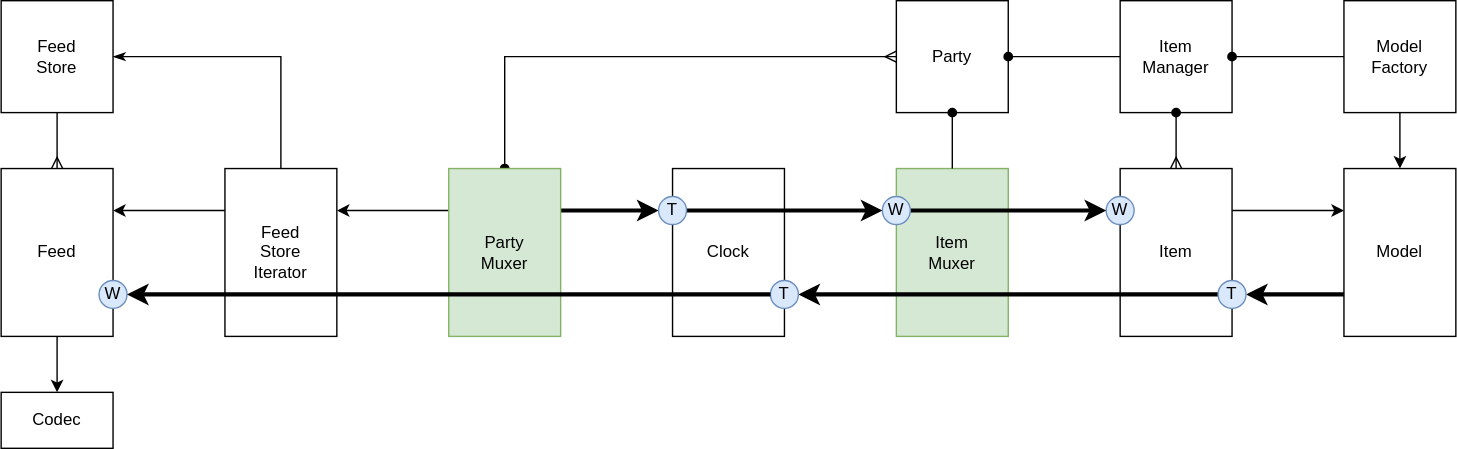
Earlier version of the draw.io export docs/content/diagrams/sreams.svg (dxos/dxos). Source tidied: cells renumbered, new cells last; positions are measured from the earlier drawing's top-left corner, leaving out a move shared by most shapes. The source it was exported from:
```xml
<mxGraphModel>
  <root>
    <mxCell id="0" />
    <mxCell id="1" parent="0" />
    <mxCell id="2" style="edgeStyle=orthogonalEdgeStyle;rounded=0;jettySize=auto;html=1;exitX=0.5;exitY=1;exitDx=0;exitDy=0;startArrow=none;startFill=0;endArrow=classic;endFill=1;strokeWidth=1;" parent="1" edge="1" source="3" target="38">
      <mxGeometry relative="1" as="geometry" />
    </mxCell>
    <mxCell id="3" value="Feed" style="rounded=0;whiteSpace=wrap;html=1;" parent="1" vertex="1">
      <mxGeometry y="120" width="80" height="120" as="geometry" />
    </mxCell>
    <mxCell id="4" style="edgeStyle=orthogonalEdgeStyle;rounded=0;jettySize=auto;html=1;exitX=0;exitY=0.25;exitDx=0;exitDy=0;entryX=1;entryY=0.25;entryDx=0;entryDy=0;" parent="1" edge="1" source="7" target="26">
      <mxGeometry relative="1" as="geometry" />
    </mxCell>
    <mxCell id="5" style="edgeStyle=orthogonalEdgeStyle;rounded=0;jettySize=auto;html=1;exitX=1;exitY=0.25;exitDx=0;exitDy=0;strokeWidth=3;" parent="1" edge="1" source="7" target="31">
      <mxGeometry relative="1" as="geometry" />
    </mxCell>
    <mxCell id="6" style="edgeStyle=orthogonalEdgeStyle;rounded=0;jettySize=auto;html=1;exitX=0.5;exitY=0;exitDx=0;exitDy=0;entryX=0;entryY=0.5;entryDx=0;entryDy=0;startArrow=oval;startFill=1;endArrow=ERmany;endFill=0;" parent="1" edge="1" source="7" target="21">
      <mxGeometry relative="1" as="geometry" />
    </mxCell>
    <mxCell id="7" value="Party&lt;br&gt;Muxer" style="rounded=0;whiteSpace=wrap;html=1;fillColor=#d5e8d4;strokeColor=#82b366;" parent="1" vertex="1">
      <mxGeometry x="320" y="120" width="80" height="120" as="geometry" />
    </mxCell>
    <mxCell id="8" value="Item&lt;br&gt;Muxer" style="rounded=0;whiteSpace=wrap;html=1;fillColor=#d5e8d4;strokeColor=#82b366;" parent="1" vertex="1">
      <mxGeometry x="640" y="120" width="80" height="120" as="geometry" />
    </mxCell>
    <mxCell id="9" style="edgeStyle=orthogonalEdgeStyle;rounded=0;jettySize=auto;html=1;exitX=1;exitY=0.25;exitDx=0;exitDy=0;entryX=0;entryY=0.25;entryDx=0;entryDy=0;" parent="1" edge="1" source="10" target="12">
      <mxGeometry relative="1" as="geometry" />
    </mxCell>
    <mxCell id="10" value="Item" style="rounded=0;whiteSpace=wrap;html=1;" parent="1" vertex="1">
      <mxGeometry x="800" y="120" width="80" height="120" as="geometry" />
    </mxCell>
    <mxCell id="11" style="edgeStyle=orthogonalEdgeStyle;rounded=0;jettySize=auto;html=1;exitX=0;exitY=0.75;exitDx=0;exitDy=0;entryX=1;entryY=0.5;entryDx=0;entryDy=0;strokeWidth=3;" parent="1" edge="1" source="12" target="15">
      <mxGeometry relative="1" as="geometry" />
    </mxCell>
    <mxCell id="12" value="Model" style="rounded=0;whiteSpace=wrap;html=1;" parent="1" vertex="1">
      <mxGeometry x="960" y="120" width="80" height="120" as="geometry" />
    </mxCell>
    <mxCell id="13" value="W" style="ellipse;whiteSpace=wrap;html=1;fillColor=#dae8fc;strokeColor=#6c8ebf;" parent="1" vertex="1">
      <mxGeometry x="70" y="200" width="20" height="20" as="geometry" />
    </mxCell>
    <mxCell id="14" style="edgeStyle=orthogonalEdgeStyle;rounded=0;jettySize=auto;html=1;exitX=0;exitY=0.5;exitDx=0;exitDy=0;entryX=1;entryY=0.5;entryDx=0;entryDy=0;strokeWidth=3;" parent="1" edge="1" source="15" target="29">
      <mxGeometry relative="1" as="geometry" />
    </mxCell>
    <mxCell id="15" value="T" style="ellipse;whiteSpace=wrap;html=1;fillColor=#dae8fc;strokeColor=#6c8ebf;" parent="1" vertex="1">
      <mxGeometry x="870" y="200" width="20" height="20" as="geometry" />
    </mxCell>
    <mxCell id="16" value="W" style="ellipse;whiteSpace=wrap;html=1;fillColor=#dae8fc;strokeColor=#6c8ebf;" parent="1" vertex="1">
      <mxGeometry x="790" y="140" width="20" height="20" as="geometry" />
    </mxCell>
    <mxCell id="17" style="edgeStyle=orthogonalEdgeStyle;rounded=0;jettySize=auto;html=1;exitX=1;exitY=0.5;exitDx=0;exitDy=0;entryX=0;entryY=0.5;entryDx=0;entryDy=0;strokeWidth=3;" parent="1" edge="1" source="18" target="16">
      <mxGeometry relative="1" as="geometry" />
    </mxCell>
    <mxCell id="18" value="W" style="ellipse;whiteSpace=wrap;html=1;fillColor=#dae8fc;strokeColor=#6c8ebf;" parent="1" vertex="1">
      <mxGeometry x="630" y="140" width="20" height="20" as="geometry" />
    </mxCell>
    <mxCell id="19" value="Item&lt;br&gt;Manager" style="rounded=0;whiteSpace=wrap;html=1;" parent="1" vertex="1">
      <mxGeometry x="800" width="80" height="80" as="geometry" />
    </mxCell>
    <mxCell id="20" style="edgeStyle=orthogonalEdgeStyle;rounded=0;orthogonalLoop=1;jettySize=auto;html=1;exitX=0.5;exitY=1;exitDx=0;exitDy=0;" parent="1" edge="1" source="19" target="19">
      <mxGeometry relative="1" as="geometry" />
    </mxCell>
    <mxCell id="21" value="Party" style="rounded=0;whiteSpace=wrap;html=1;" parent="1" vertex="1">
      <mxGeometry x="640" width="80" height="80" as="geometry" />
    </mxCell>
    <mxCell id="22" style="edgeStyle=orthogonalEdgeStyle;rounded=0;jettySize=auto;html=1;exitX=0.5;exitY=1;exitDx=0;exitDy=0;entryX=0.5;entryY=0;entryDx=0;entryDy=0;endArrow=ERmany;endFill=0;" parent="1" edge="1" source="23" target="3">
      <mxGeometry relative="1" as="geometry" />
    </mxCell>
    <mxCell id="23" value="Feed&lt;br&gt;Store" style="rounded=0;whiteSpace=wrap;html=1;" parent="1" vertex="1">
      <mxGeometry width="80" height="80" as="geometry" />
    </mxCell>
    <mxCell id="24" style="edgeStyle=orthogonalEdgeStyle;rounded=0;jettySize=auto;html=1;exitX=0.5;exitY=0;exitDx=0;exitDy=0;entryX=1;entryY=0.5;entryDx=0;entryDy=0;endArrow=classicThin;endFill=1;" parent="1" edge="1" source="26" target="23">
      <mxGeometry relative="1" as="geometry" />
    </mxCell>
    <mxCell id="25" style="edgeStyle=orthogonalEdgeStyle;rounded=0;jettySize=auto;html=1;exitX=0;exitY=0.25;exitDx=0;exitDy=0;entryX=1;entryY=0.25;entryDx=0;entryDy=0;startArrow=none;startFill=0;endArrow=classic;endFill=1;strokeWidth=1;" parent="1" edge="1" source="26" target="3">
      <mxGeometry relative="1" as="geometry" />
    </mxCell>
    <mxCell id="26" value="Feed&lt;br&gt;Store&lt;br&gt;Iterator" style="rounded=0;whiteSpace=wrap;html=1;" parent="1" vertex="1">
      <mxGeometry x="160" y="120" width="80" height="120" as="geometry" />
    </mxCell>
    <mxCell id="27" style="edgeStyle=orthogonalEdgeStyle;rounded=0;jettySize=auto;html=1;exitX=1;exitY=0.5;exitDx=0;exitDy=0;endArrow=none;endFill=0;startArrow=oval;startFill=1;" parent="1" edge="1" source="21" target="19">
      <mxGeometry relative="1" as="geometry" />
    </mxCell>
    <mxCell id="28" value="Clock" style="rounded=0;whiteSpace=wrap;html=1;" parent="1" vertex="1">
      <mxGeometry x="480" y="120" width="80" height="120" as="geometry" />
    </mxCell>
    <mxCell id="29" value="T" style="ellipse;whiteSpace=wrap;html=1;fillColor=#dae8fc;strokeColor=#6c8ebf;" parent="1" vertex="1">
      <mxGeometry x="550" y="200" width="20" height="20" as="geometry" />
    </mxCell>
    <mxCell id="30" style="edgeStyle=orthogonalEdgeStyle;rounded=0;jettySize=auto;html=1;exitX=1;exitY=0.5;exitDx=0;exitDy=0;entryX=0;entryY=0.5;entryDx=0;entryDy=0;startArrow=none;startFill=0;endArrow=classic;endFill=1;strokeWidth=3;" parent="1" edge="1" source="31" target="18">
      <mxGeometry relative="1" as="geometry" />
    </mxCell>
    <mxCell id="31" value="T" style="ellipse;whiteSpace=wrap;html=1;fillColor=#dae8fc;strokeColor=#6c8ebf;" parent="1" vertex="1">
      <mxGeometry x="470" y="140" width="20" height="20" as="geometry" />
    </mxCell>
    <mxCell id="32" style="edgeStyle=orthogonalEdgeStyle;rounded=0;jettySize=auto;html=1;entryX=1;entryY=0.5;entryDx=0;entryDy=0;strokeWidth=3;" parent="1" edge="1" source="29" target="13">
      <mxGeometry relative="1" as="geometry" />
    </mxCell>
    <mxCell id="33" style="edgeStyle=orthogonalEdgeStyle;rounded=0;jettySize=auto;html=1;exitX=0.5;exitY=1;exitDx=0;exitDy=0;entryX=0.5;entryY=0;entryDx=0;entryDy=0;startArrow=oval;startFill=1;endArrow=ERmany;endFill=0;" parent="1" edge="1" source="19" target="10">
      <mxGeometry relative="1" as="geometry" />
    </mxCell>
    <mxCell id="34" style="edgeStyle=orthogonalEdgeStyle;rounded=0;jettySize=auto;html=1;exitX=0.5;exitY=1;exitDx=0;exitDy=0;startArrow=oval;startFill=1;endArrow=none;endFill=0;" parent="1" edge="1" source="21" target="8">
      <mxGeometry relative="1" as="geometry" />
    </mxCell>
    <mxCell id="35" style="edgeStyle=orthogonalEdgeStyle;rounded=0;jettySize=auto;html=1;exitX=0.5;exitY=1;exitDx=0;exitDy=0;entryX=0.5;entryY=0;entryDx=0;entryDy=0;startArrow=none;startFill=0;endArrow=classic;endFill=1;strokeWidth=1;" parent="1" edge="1" source="36" target="12">
      <mxGeometry relative="1" as="geometry" />
    </mxCell>
    <mxCell id="36" value="Model&lt;br&gt;Factory" style="rounded=0;whiteSpace=wrap;html=1;" parent="1" vertex="1">
      <mxGeometry x="960" width="80" height="80" as="geometry" />
    </mxCell>
    <mxCell id="37" style="edgeStyle=orthogonalEdgeStyle;rounded=0;jettySize=auto;html=1;exitX=1;exitY=0.5;exitDx=0;exitDy=0;startArrow=oval;startFill=1;endArrow=none;endFill=0;strokeWidth=1;" parent="1" edge="1" source="19" target="36">
      <mxGeometry relative="1" as="geometry" />
    </mxCell>
    <mxCell id="38" value="Codec" style="rounded=0;whiteSpace=wrap;html=1;" parent="1" vertex="1">
      <mxGeometry y="280" width="80" height="40" as="geometry" />
    </mxCell>
  </root>
</mxGraphModel>
```
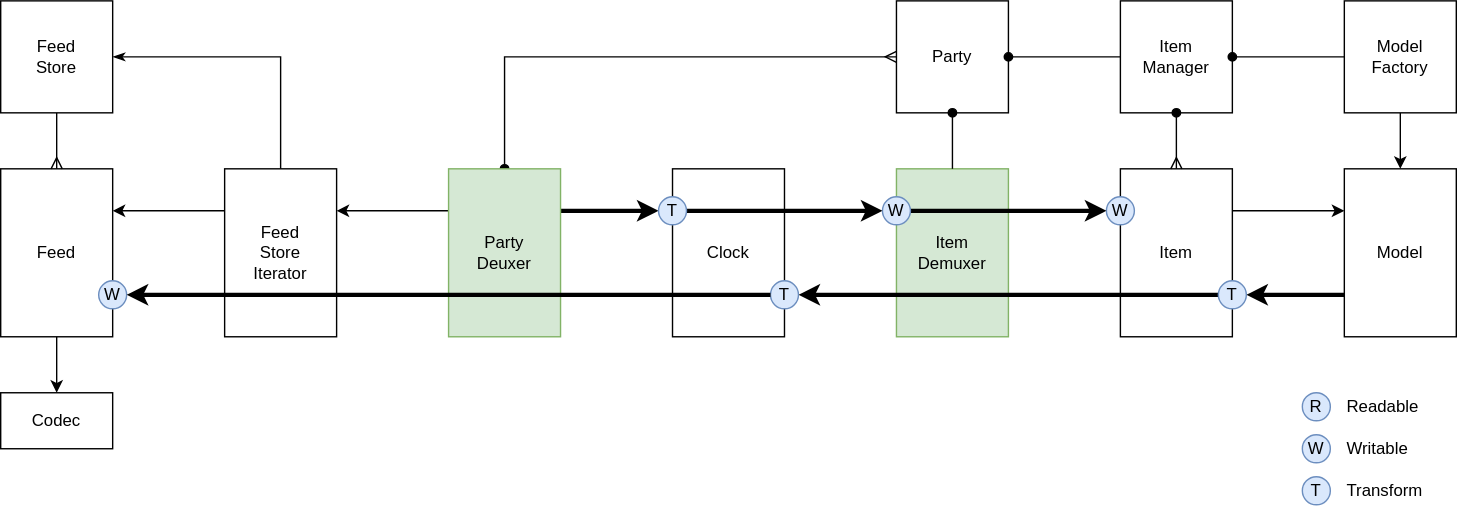
The same file after the commit.

The edit, as a diff of the source:
```diff
@@ -17,10 +17,10 @@
     <mxCell id="6" style="edgeStyle=orthogonalEdgeStyle;rounded=0;jettySize=auto;html=1;exitX=0.5;exitY=0;exitDx=0;exitDy=0;entryX=0;entryY=0.5;entryDx=0;entryDy=0;startArrow=oval;startFill=1;endArrow=ERmany;endFill=0;" parent="1" edge="1" source="7" target="21">
       <mxGeometry relative="1" as="geometry" />
     </mxCell>
-    <mxCell id="7" value="Party&lt;br&gt;Muxer" style="rounded=0;whiteSpace=wrap;html=1;fillColor=#d5e8d4;strokeColor=#82b366;" parent="1" vertex="1">
+    <mxCell id="7" value="Party&lt;br&gt;Deuxer" style="rounded=0;whiteSpace=wrap;html=1;fillColor=#d5e8d4;strokeColor=#82b366;" parent="1" vertex="1">
       <mxGeometry x="320" y="120" width="80" height="120" as="geometry" />
     </mxCell>
-    <mxCell id="8" value="Item&lt;br&gt;Muxer" style="rounded=0;whiteSpace=wrap;html=1;fillColor=#d5e8d4;strokeColor=#82b366;" parent="1" vertex="1">
+    <mxCell id="8" value="Item&lt;br&gt;Demuxer" style="rounded=0;whiteSpace=wrap;html=1;fillColor=#d5e8d4;strokeColor=#82b366;" parent="1" vertex="1">
       <mxGeometry x="640" y="120" width="80" height="120" as="geometry" />
     </mxCell>
     <mxCell id="9" style="edgeStyle=orthogonalEdgeStyle;rounded=0;jettySize=auto;html=1;exitX=1;exitY=0.25;exitDx=0;exitDy=0;entryX=0;entryY=0.25;entryDx=0;entryDy=0;" parent="1" edge="1" source="10" target="12">
@@ -113,5 +113,23 @@
     <mxCell id="38" value="Codec" style="rounded=0;whiteSpace=wrap;html=1;" parent="1" vertex="1">
       <mxGeometry y="280" width="80" height="40" as="geometry" />
     </mxCell>
+    <mxCell id="39" value="R" style="ellipse;whiteSpace=wrap;html=1;fillColor=#dae8fc;strokeColor=#6c8ebf;" parent="1" vertex="1">
+      <mxGeometry x="930" y="280" width="20" height="20" as="geometry" />
+    </mxCell>
+    <mxCell id="40" value="W" style="ellipse;whiteSpace=wrap;html=1;fillColor=#dae8fc;strokeColor=#6c8ebf;" parent="1" vertex="1">
+      <mxGeometry x="930" y="310" width="20" height="20" as="geometry" />
+    </mxCell>
+    <mxCell id="41" value="T" style="ellipse;whiteSpace=wrap;html=1;fillColor=#dae8fc;strokeColor=#6c8ebf;" parent="1" vertex="1">
+      <mxGeometry x="930" y="340" width="20" height="20" as="geometry" />
+    </mxCell>
+    <mxCell id="42" value="Readable" style="text;html=1;strokeColor=none;fillColor=none;align=left;verticalAlign=middle;whiteSpace=wrap;rounded=0;" parent="1" vertex="1">
+      <mxGeometry x="960" y="280" width="80" height="20" as="geometry" />
+    </mxCell>
+    <mxCell id="43" value="Writable" style="text;html=1;strokeColor=none;fillColor=none;align=left;verticalAlign=middle;whiteSpace=wrap;rounded=0;" parent="1" vertex="1">
+      <mxGeometry x="960" y="310" width="80" height="20" as="geometry" />
+    </mxCell>
+    <mxCell id="44" value="Transform" style="text;html=1;strokeColor=none;fillColor=none;align=left;verticalAlign=middle;whiteSpace=wrap;rounded=0;" parent="1" vertex="1">
+      <mxGeometry x="960" y="340" width="80" height="20" as="geometry" />
+    </mxCell>
   </root>
 </mxGraphModel>
```
